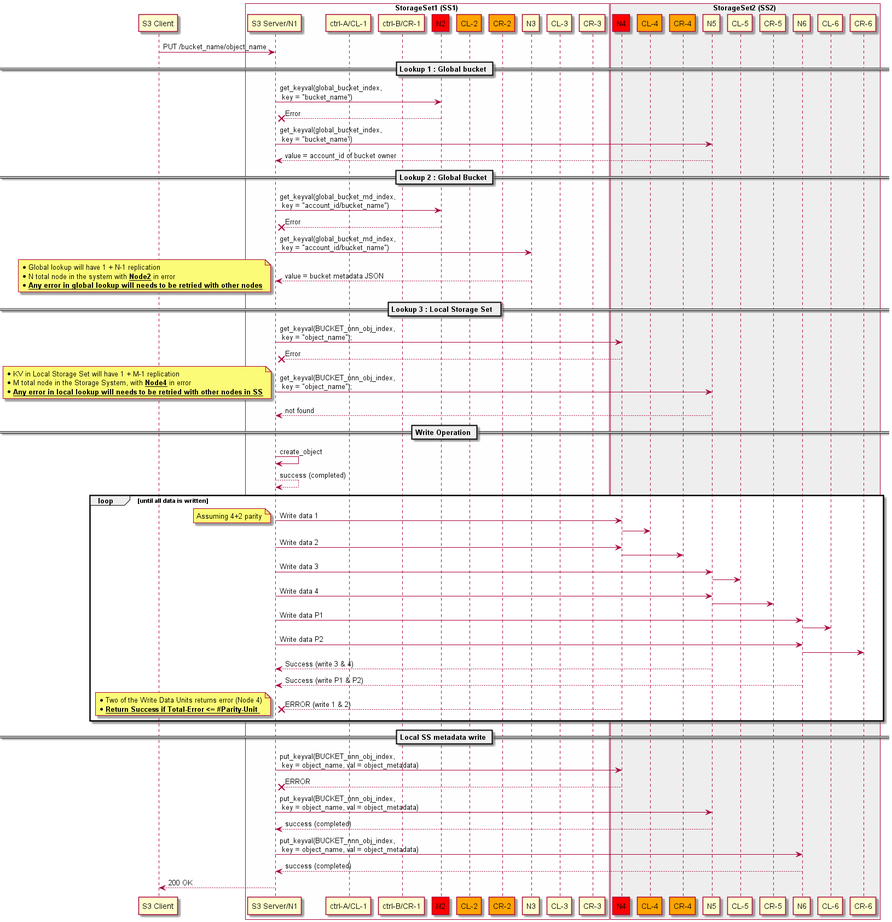
Seagate/cortx-motr keeps this PlantUML diagram as doc/dev/ldrr2/usecases/images/simple_object_put_node_failure.png. Above is the earlier version.
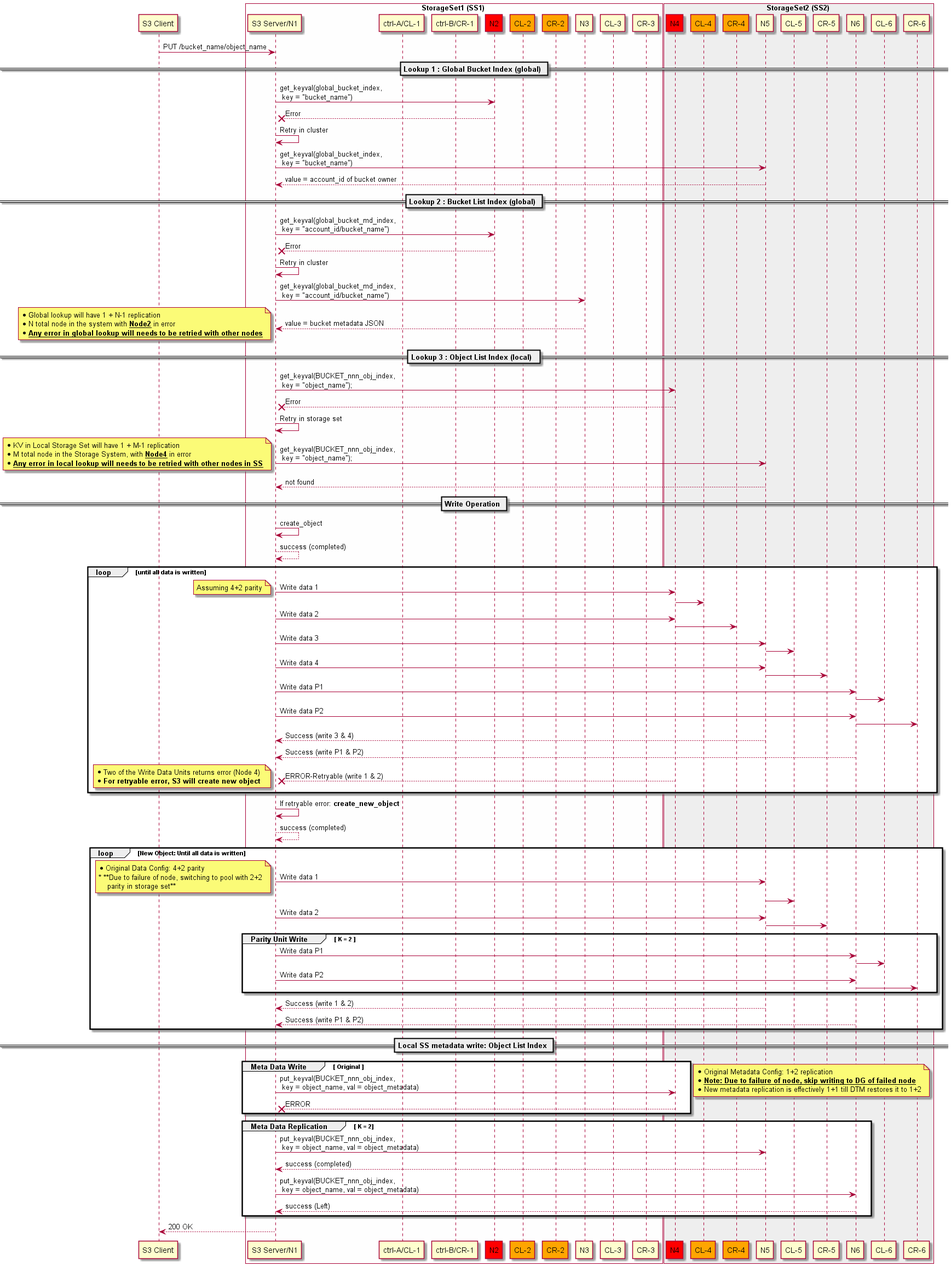
Above is the later version.

Commit message:
Update to object put in case of node failure

Change to the diagram source:
```diff
@@ -26,15 +26,17 @@
 
 client -> N1: PUT /bucket_name/object_name
 
-== Lookup 1 : Global bucket ==
+== Lookup 1 : Global Bucket Index (global) ==
 N1 -> N2: get_keyval(global_bucket_index,\n key = "bucket_name")
 N2 --X N1: Error
+N1 -> N1: Retry in cluster
 N1 -> N5: get_keyval(global_bucket_index,\n key = "bucket_name")
 N5 --> N1: value = account_id of bucket owner
 
-== Lookup 2 : Global Bucket ==
+== Lookup 2 : Bucket List Index (global) ==
 N1 -> N2: get_keyval(global_bucket_md_index,\n key = "account_id/bucket_name")
 N2 --X N1: Error
+N1 -> N1: Retry in cluster
 N1 -> N3: get_keyval(global_bucket_md_index,\n key = "account_id/bucket_name")
 N3 --> N1: value = bucket metadata JSON
 
@@ -44,9 +46,10 @@
    * __**Any error in global lookup will needs to be retried with other nodes**__
 end note
 
-== Lookup 3 : Local Storage Set  ==
+== Lookup 3 : Object List Index (local)  ==
 N1 -> N4: get_keyval(BUCKET_nnn_obj_index,\n key = "object_name");
 N4 --X N1 : Error
+N1 -> N1: Retry in storage set
 N1 -> N5: get_keyval(BUCKET_nnn_obj_index,\n key = "object_name");
 note left
    * KV in Local Storage Set will have 1 + M-1 replication
@@ -80,23 +83,59 @@
 
   N5 --> N1: Success (write 3 & 4)
   N6 --> N1: Success (write P1 & P2)
-  N4 --X N1: ERROR (write 1 & 2)
+  N4 --X N1: ERROR-Retryable (write 1 & 2)
 note left
    * Two of the Write Data Units returns error (Node 4)
-   * __**Return Success if Total-Error <= #Parity-Unit **__
+   * **For retryable error, S3 will create new object **
 end note
 
 end
 
-== Local SS metadata write ==
+N1 -> N1: If retryable error: **create_new_object**
+N1 --> N1: success (completed)
+
+loop New Object: Until all data is written
+  N1 -> "N5": Write data 1
+note left
+   * Original Data Config: 4+2 parity
+   * **Due to failure of node, switching to pool with 2+2
+       parity in storage set**
+end note
+  "N5" -> CL_5
+  N1 -> "N5": Write data 2
+  "N5" -> CR_5
+
+group Parity Unit Write [ K = 2 ]
+  N1 -> "N6": Write data P1
+  "N6" -> CL_6
+  N1 -> "N6": Write data P2
+  "N6" -> CR_6
+end
+
+  N5 --> N1: Success (write 1 & 2)
+  N6 --> N1: Success (write P1 & P2)
+end
+
+== Local SS metadata write: Object List Index ==
+
+group Meta Data Write [ Original ]
 N1 -> N4: put_keyval(BUCKET_nnn_obj_index,\n key = object_name, val = object_metadata)
 N4 --X N1: ERROR
+end
 
+note left
+   * Original Metadata Config: 1+2 replication
+   * __**Note: Due to failure of node, skip writing to DG of failed node**__
+   * New metadata replication is effectively 1+1 till DTM restores it to 1+2
+end note
+
+group Meta Data Replication [ K = 2]
 N1 -> N5: put_keyval(BUCKET_nnn_obj_index,\n key = object_name, val = object_metadata)
 N5 --> N1: success (completed)
 
 N1 -> N6: put_keyval(BUCKET_nnn_obj_index,\n key = object_name, val = object_metadata)
-N6 --> N1: success (completed)
+N6 --> N1: success (Left)
+end
 
 N1 --> client: 200 OK
 
```
